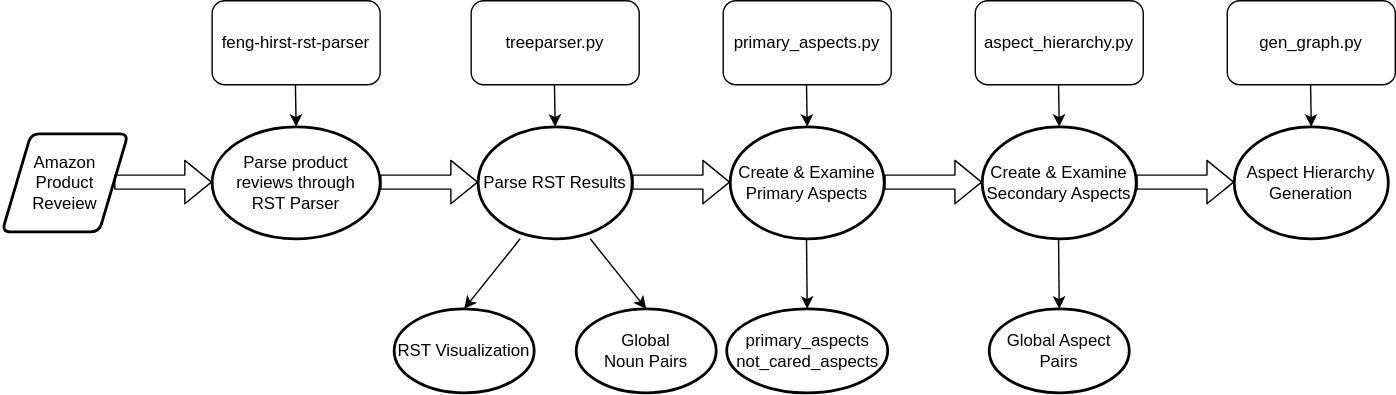
Before: SysArc.svg, a diagram exported from draw.io (xinru1414/AspectHierarchy). Source tidied: cells renumbered, new cells last; positions are measured from the earlier drawing's top-left corner, leaving out a move shared by most shapes.
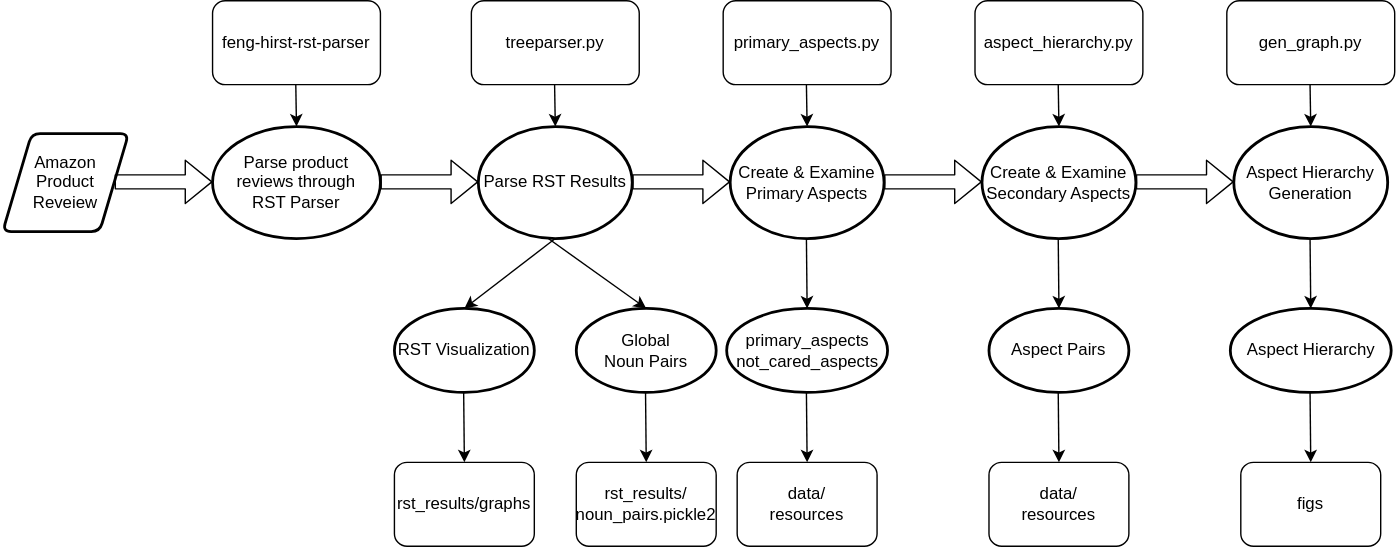
The same file after the commit.

What changed in the source:
```diff
@@ -8,16 +8,14 @@
         <mxPoint x="340" y="129.5" as="targetPoint" />
       </mxGeometry>
     </mxCell>
-    <mxCell id="3" style="endArrow=classic;html=1;" parent="1" edge="1">
+    <mxCell id="3" style="endArrow=classic;html=1;exitX=0.5;exitY=1;exitDx=0;exitDy=0;exitPerimeter=0;" parent="1" edge="1" source="7">
       <mxGeometry relative="1" as="geometry">
-        <mxPoint x="370" y="170" as="sourcePoint" />
         <mxPoint x="330" y="220" as="targetPoint" />
       </mxGeometry>
     </mxCell>
-    <mxCell id="4" style="endArrow=classic;html=1;" parent="1" edge="1">
+    <mxCell id="4" style="endArrow=classic;html=1;entryX=0.5;entryY=0;entryDx=0;entryDy=0;entryPerimeter=0;" parent="1" edge="1" target="16">
       <mxGeometry relative="1" as="geometry">
-        <mxPoint x="420" y="170" as="sourcePoint" />
-        <mxPoint x="460" y="220" as="targetPoint" />
+        <mxPoint x="390" y="170" as="sourcePoint" />
       </mxGeometry>
     </mxCell>
     <mxCell id="5" value="Amazon Product Reveiew" style="shape=parallelogram;html=1;strokeWidth=2;perimeter=parallelogramPerimeter;whiteSpace=wrap;rounded=1;arcSize=12;size=0.23;" parent="1" vertex="1">
@@ -118,7 +116,7 @@
         <mxPoint x="754.5" y="170" as="sourcePoint" />
       </mxGeometry>
     </mxCell>
-    <mxCell id="28" value="Global Aspect Pairs" style="strokeWidth=2;html=1;shape=mxgraph.flowchart.start_1;whiteSpace=wrap;" parent="1" vertex="1">
+    <mxCell id="28" value="Aspect Pairs" style="strokeWidth=2;html=1;shape=mxgraph.flowchart.start_1;whiteSpace=wrap;" parent="1" vertex="1">
       <mxGeometry x="705" y="220" width="100" height="60" as="geometry" />
     </mxCell>
     <mxCell id="29" value="primary_aspects&lt;br&gt;not_cared_aspects" style="strokeWidth=2;html=1;shape=mxgraph.flowchart.start_1;whiteSpace=wrap;" parent="1" vertex="1">
@@ -130,5 +128,59 @@
         <mxPoint x="575" y="220" as="targetPoint" />
       </mxGeometry>
     </mxCell>
+    <mxCell id="31" style="endArrow=classic;html=1;entryX=0.5;entryY=0;entryDx=0;entryDy=0;entryPerimeter=0;" parent="1" edge="1">
+      <mxGeometry relative="1" as="geometry">
+        <mxPoint x="934.5" y="170" as="sourcePoint" />
+        <mxPoint x="935" y="220" as="targetPoint" />
+      </mxGeometry>
+    </mxCell>
+    <mxCell id="32" value="Aspect Hierarchy" style="strokeWidth=2;html=1;shape=mxgraph.flowchart.start_1;whiteSpace=wrap;" parent="1" vertex="1">
+      <mxGeometry x="877.5" y="220" width="115" height="60" as="geometry" />
+    </mxCell>
+    <mxCell id="33" style="endArrow=classic;html=1;entryX=0.5;entryY=0;entryDx=0;entryDy=0;entryPerimeter=0;" parent="1" edge="1">
+      <mxGeometry relative="1" as="geometry">
+        <mxPoint x="329.5" y="280" as="sourcePoint" />
+        <mxPoint x="330" y="330" as="targetPoint" />
+      </mxGeometry>
+    </mxCell>
+    <mxCell id="34" value="rst_results/graphs" style="rounded=1;whiteSpace=wrap;html=1;" parent="1" vertex="1">
+      <mxGeometry x="280" y="330" width="100" height="60" as="geometry" />
+    </mxCell>
+    <mxCell id="35" style="endArrow=classic;html=1;entryX=0.5;entryY=0;entryDx=0;entryDy=0;entryPerimeter=0;" parent="1" edge="1">
+      <mxGeometry relative="1" as="geometry">
+        <mxPoint x="459.5" y="280" as="sourcePoint" />
+        <mxPoint x="460" y="330" as="targetPoint" />
+      </mxGeometry>
+    </mxCell>
+    <mxCell id="36" style="endArrow=classic;html=1;entryX=0.5;entryY=0;entryDx=0;entryDy=0;entryPerimeter=0;" parent="1" edge="1">
+      <mxGeometry relative="1" as="geometry">
+        <mxPoint x="574.5" y="280" as="sourcePoint" />
+        <mxPoint x="575" y="330" as="targetPoint" />
+      </mxGeometry>
+    </mxCell>
+    <mxCell id="37" value="rst_results/&lt;br&gt;noun_pairs.pickle2" style="rounded=1;whiteSpace=wrap;html=1;" parent="1" vertex="1">
+      <mxGeometry x="410" y="330" width="100" height="60" as="geometry" />
+    </mxCell>
+    <mxCell id="38" value="data/&lt;br&gt;resources" style="rounded=1;whiteSpace=wrap;html=1;" parent="1" vertex="1">
+      <mxGeometry x="525" y="330" width="100" height="60" as="geometry" />
+    </mxCell>
+    <mxCell id="39" value="data/&lt;br&gt;resources" style="rounded=1;whiteSpace=wrap;html=1;" parent="1" vertex="1">
+      <mxGeometry x="705" y="330" width="100" height="60" as="geometry" />
+    </mxCell>
+    <mxCell id="40" style="endArrow=classic;html=1;entryX=0.5;entryY=0;entryDx=0;entryDy=0;entryPerimeter=0;" parent="1" edge="1">
+      <mxGeometry relative="1" as="geometry">
+        <mxPoint x="754.5" y="280" as="sourcePoint" />
+        <mxPoint x="755" y="330" as="targetPoint" />
+      </mxGeometry>
+    </mxCell>
+    <mxCell id="41" style="endArrow=classic;html=1;entryX=0.5;entryY=0;entryDx=0;entryDy=0;entryPerimeter=0;" parent="1" edge="1">
+      <mxGeometry relative="1" as="geometry">
+        <mxPoint x="934.5" y="280" as="sourcePoint" />
+        <mxPoint x="935" y="330" as="targetPoint" />
+      </mxGeometry>
+    </mxCell>
+    <mxCell id="42" value="figs" style="rounded=1;whiteSpace=wrap;html=1;" parent="1" vertex="1">
+      <mxGeometry x="885" y="330" width="100" height="60" as="geometry" />
+    </mxCell>
   </root>
 </mxGraphModel>
```
